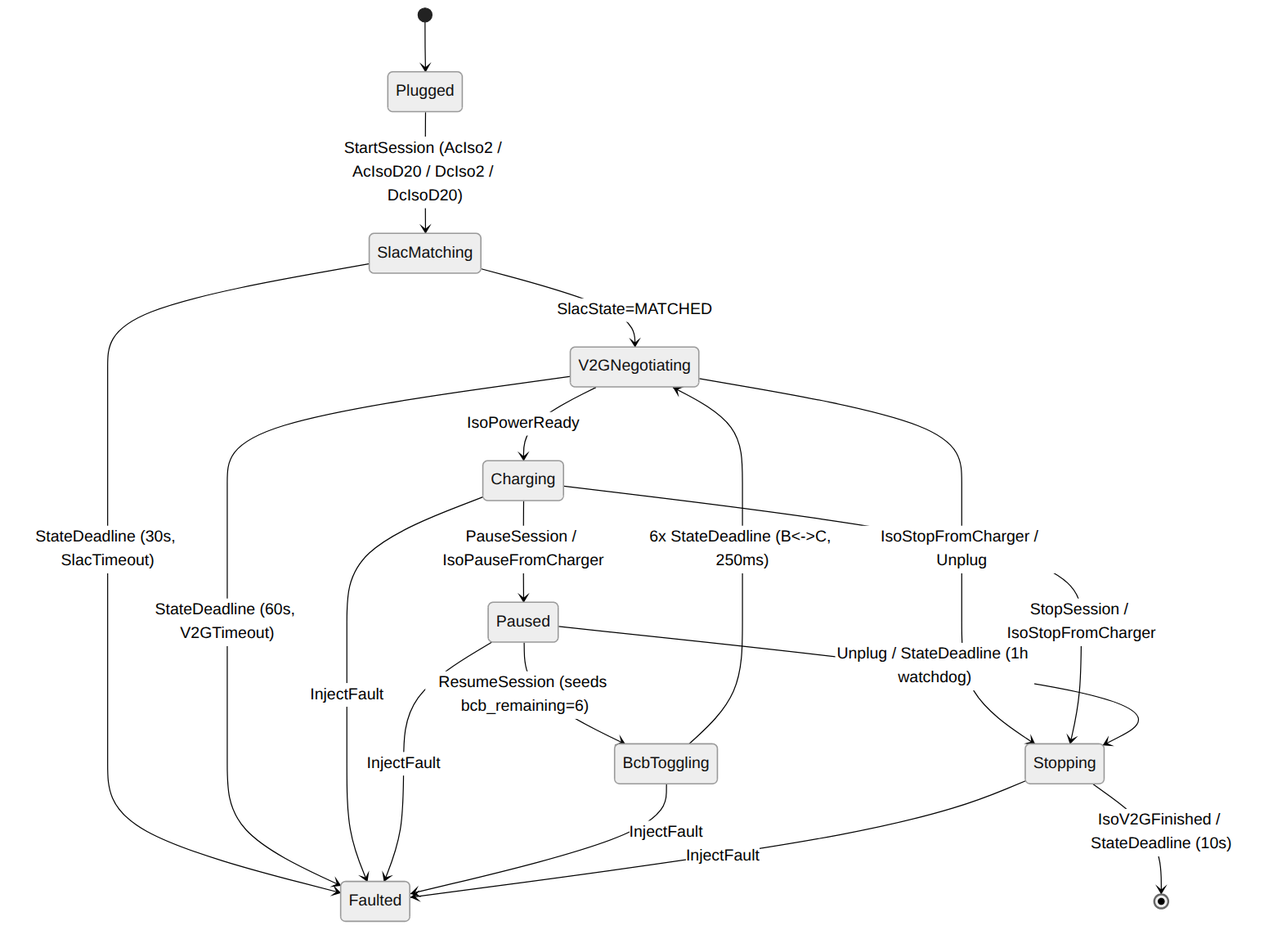
The Mermaid diagram modules/EV/EvSimulator/docs/images/state_machine_iso.png in EVerest/EVerest, before a commit. Its source is kept beside it as modules/EV/EvSimulator/docs/images/state_machine_iso.mmd.
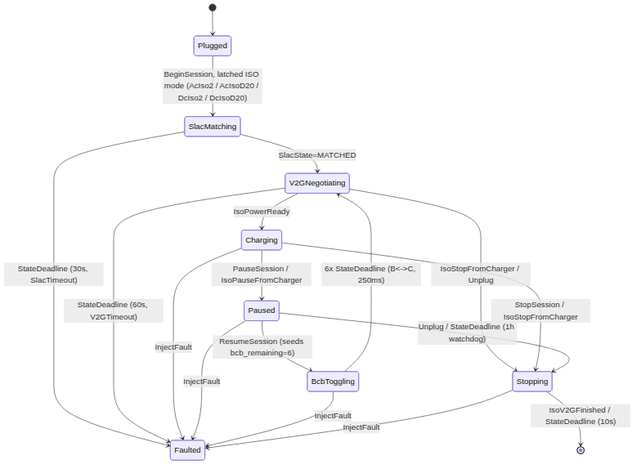
Above is the later version.

Diff of the diagram source:
```diff
@@ -3,7 +3,7 @@
 
     [*] --> Plugged
 
-    Plugged --> SlacMatching : StartSession (AcIso2 / AcIsoD20 / DcIso2 / DcIsoD20)
+    Plugged --> SlacMatching : BeginSession, latched ISO mode (AcIso2 / AcIsoD20 / DcIso2 / DcIsoD20)
 
     SlacMatching --> V2GNegotiating : SlacState=MATCHED
     SlacMatching --> Faulted : StateDeadline (30s, SlacTimeout)
```
